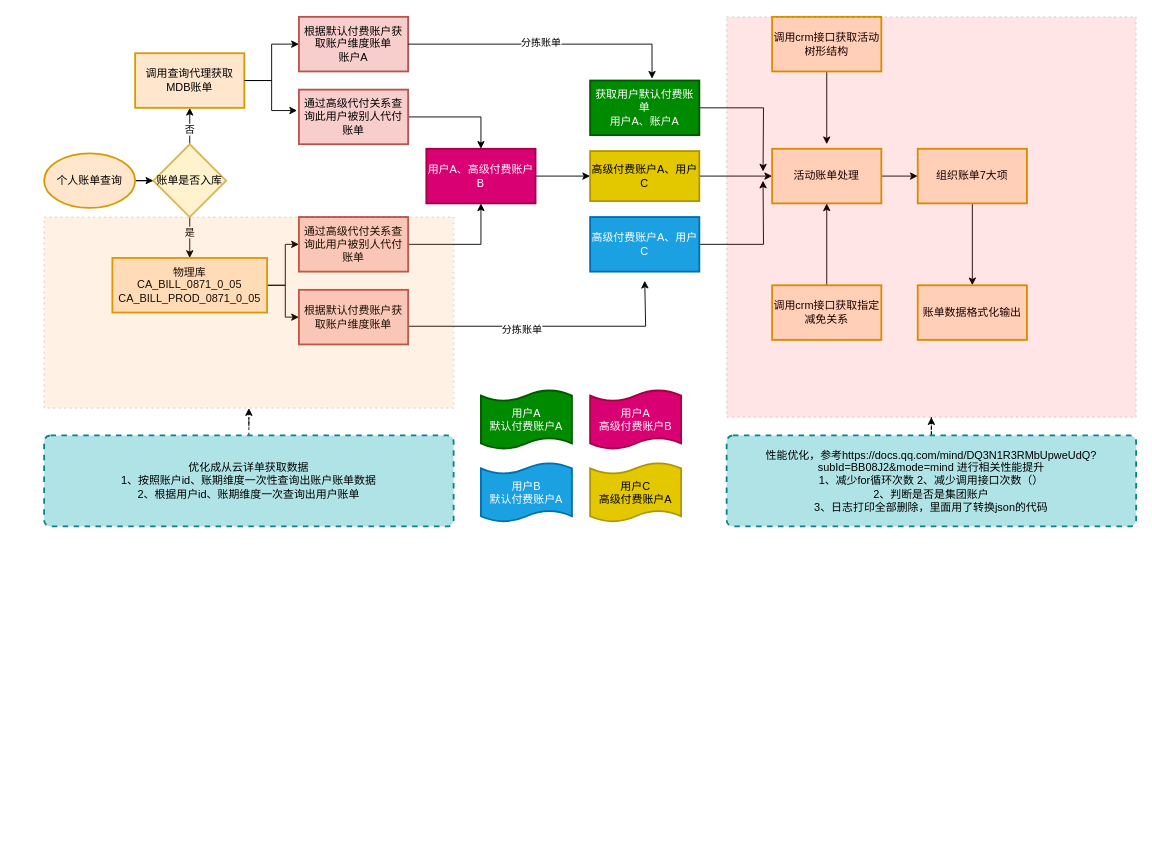
This is 未命名绘图.drawio from 315944211/doc, a draw.io file, before an edit. Source tidied: cells renumbered, new cells numbered last; positions are measured from the earlier drawing's top-left corner, leaving out a move shared by most shapes. Both pictures are drawn from the tidied source at 91%, with x=0, y=0 at pixel (44, 16).
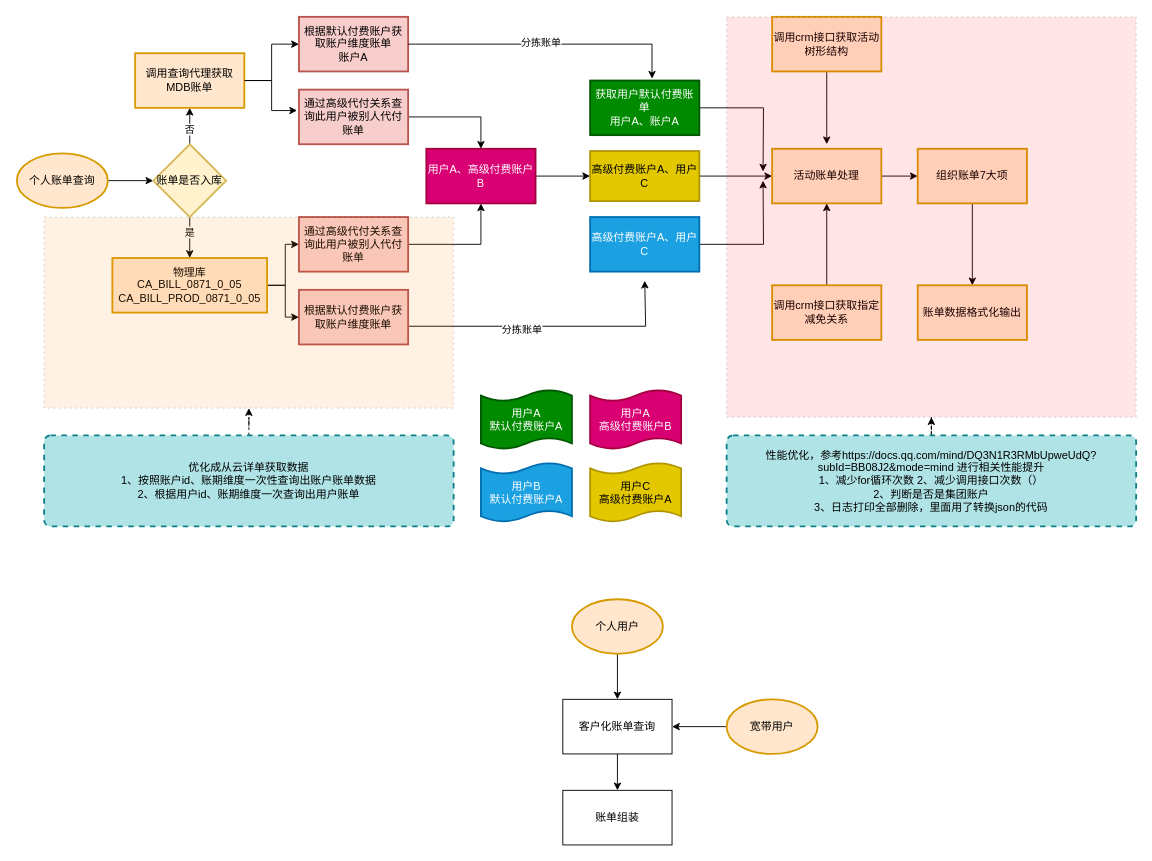
The same page after the edit.

Commit message:
更新未命名绘图.drawio

Diff of the diagram source:
```diff
@@
     <mxCell id="3" value="个人账单查询" style="strokeWidth=2;html=1;shape=mxgraph.flowchart.start_1;whiteSpace=wrap;fillColor=#ffe6cc;strokeColor=#d79b00;" parent="1" vertex="1">
-      <mxGeometry y="150" width="100" height="60" as="geometry" />
+      <mxGeometry x="-30" y="150" width="100" height="60" as="geometry" />
     </mxCell>
@@
+    <mxCell id="52" style="edgeStyle=orthogonalEdgeStyle;rounded=0;jettySize=auto;html=1;" parent="1" edge="1" source="53" target="58">
+      <mxGeometry relative="1" as="geometry" />
+    </mxCell>
+    <mxCell id="53" value="客户化账单查询" style="rounded=0;whiteSpace=wrap;html=1;" parent="1" vertex="1">
+      <mxGeometry x="570" y="750" width="120" height="60" as="geometry" />
+    </mxCell>
+    <mxCell id="54" style="edgeStyle=orthogonalEdgeStyle;rounded=0;jettySize=auto;html=1;" parent="1" edge="1" source="55" target="53">
+      <mxGeometry relative="1" as="geometry" />
+    </mxCell>
+    <mxCell id="55" value="个人用户" style="strokeWidth=2;html=1;shape=mxgraph.flowchart.start_1;whiteSpace=wrap;fillColor=#ffe6cc;strokeColor=#d79b00;" parent="1" vertex="1">
+      <mxGeometry x="580" y="640" width="100" height="60" as="geometry" />
+    </mxCell>
+    <mxCell id="56" style="edgeStyle=orthogonalEdgeStyle;rounded=0;jettySize=auto;html=1;" parent="1" edge="1" source="57" target="53">
+      <mxGeometry relative="1" as="geometry" />
+    </mxCell>
+    <mxCell id="57" value="宽带用户" style="strokeWidth=2;html=1;shape=mxgraph.flowchart.start_1;whiteSpace=wrap;fillColor=#ffe6cc;strokeColor=#d79b00;" parent="1" vertex="1">
+      <mxGeometry x="750" y="750" width="100" height="60" as="geometry" />
+    </mxCell>
+    <mxCell id="58" value="账单组装" style="whiteSpace=wrap;html=1;rounded=0;" parent="1" vertex="1">
+      <mxGeometry x="570" y="850" width="120" height="60" as="geometry" />
+    </mxCell>
```
